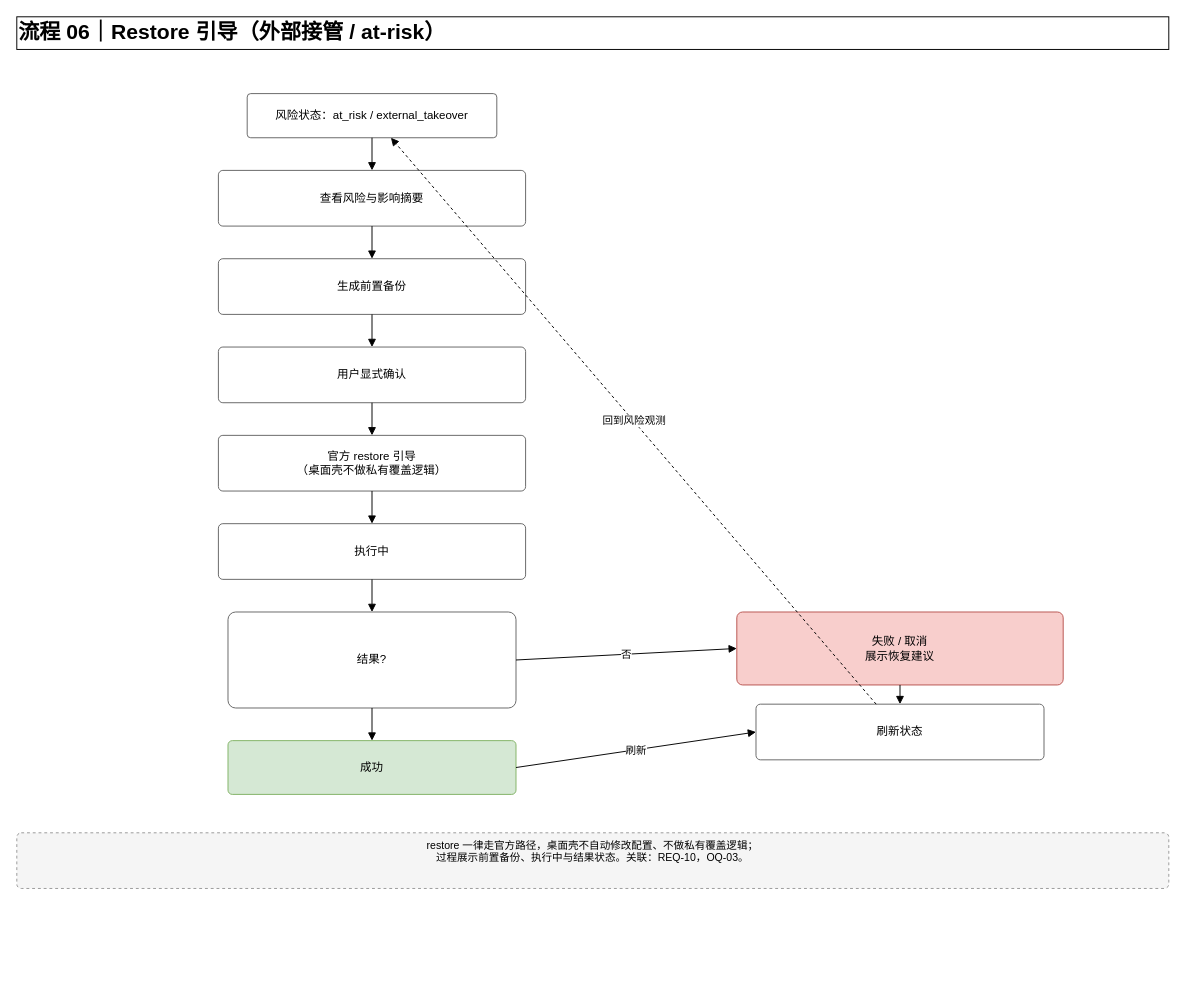
Earlier version of the draw.io diagram page "06-Restore 引导" (6 of 10) of docs/04-项目资料/03-项目协作资料/01-协作包/2026-09-12-OpenCodex桌面管理器需求协作/06-架构与流程/OpenCodex-Desktop-核心流程.drawio (gzers/opencodex-desktop). Source tidied: cells renumbered, new cells numbered last; positions are measured from the earlier drawing's top-left corner, leaving out a move shared by most shapes. Both pictures are drawn from the tidied source at 96%, with x=0, y=0 at pixel (16, 16).
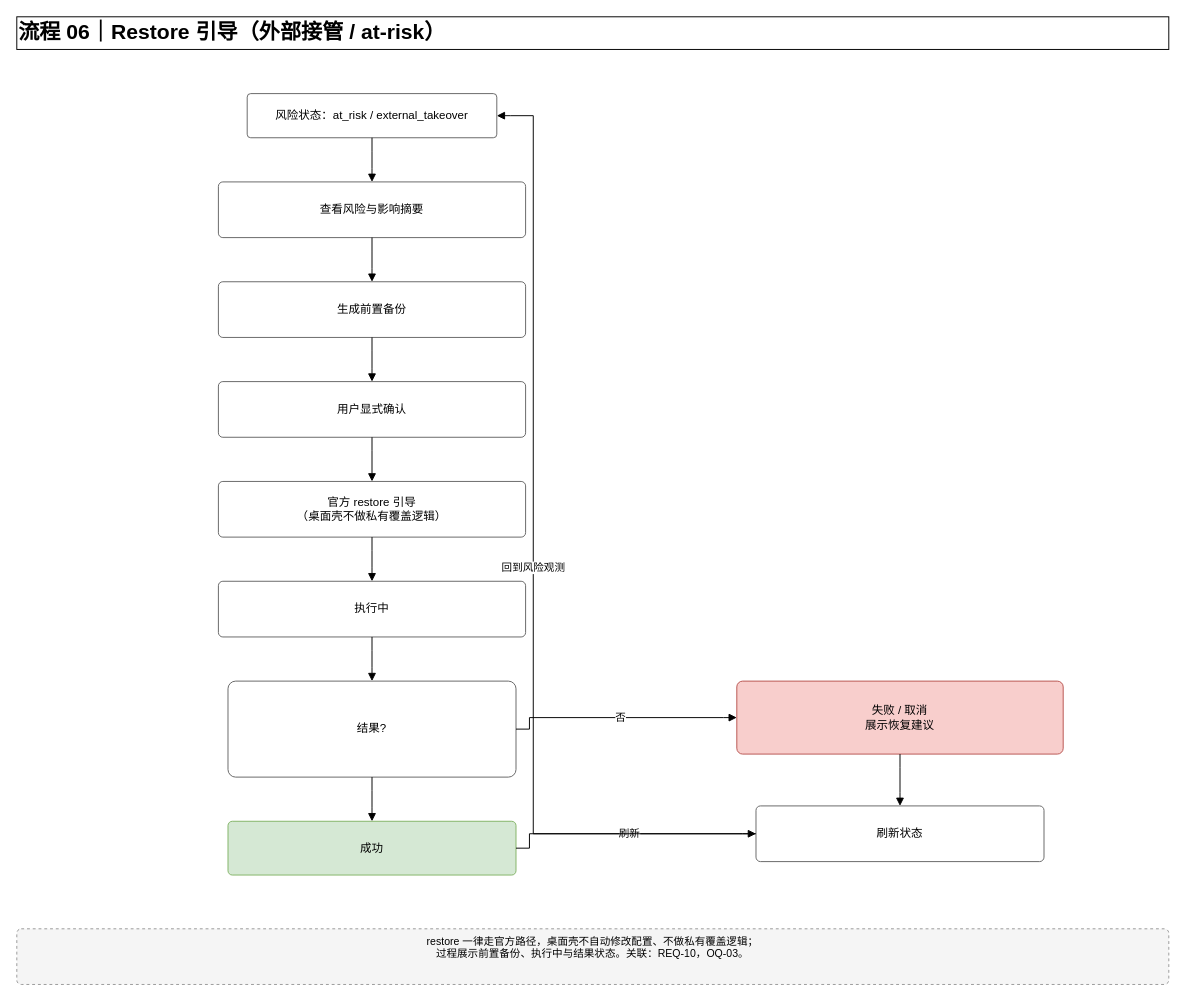
After the change.

Unchanged cells that the change refers to:
```xml
<mxCell id="3" value="风险状态：at_risk / external_takeover" style="html=1;whiteSpace=wrap;rounded=1;arcSize=8;fontSize=12;fillColor=#ffffff;strokeColor=#666666;" parent="1" vertex="1">
  <mxGeometry x="240" y="80" width="260" height="46" as="geometry" />
</mxCell>
```

What changed in the source:
```diff
@@
     <mxCell id="4" value="查看风险与影响摘要" style="html=1;whiteSpace=wrap;rounded=1;arcSize=8;fontSize=12;fillColor=#ffffff;strokeColor=#666666;" parent="1" vertex="1">
-      <mxGeometry x="210" y="160" width="320" height="58" as="geometry" />
+      <mxGeometry x="210" y="172" width="320" height="58" as="geometry" />
     </mxCell>
     <mxCell id="5" value="生成前置备份" style="html=1;whiteSpace=wrap;rounded=1;arcSize=8;fontSize=12;fillColor=#ffffff;strokeColor=#666666;" parent="1" vertex="1">
-      <mxGeometry x="210" y="252" width="320" height="58" as="geometry" />
+      <mxGeometry x="210" y="276" width="320" height="58" as="geometry" />
     </mxCell>
     <mxCell id="6" value="用户显式确认" style="html=1;whiteSpace=wrap;rounded=1;arcSize=8;fontSize=12;fillColor=#ffffff;strokeColor=#666666;" parent="1" vertex="1">
-      <mxGeometry x="210" y="344" width="320" height="58" as="geometry" />
+      <mxGeometry x="210" y="380" width="320" height="58" as="geometry" />
     </mxCell>
     <mxCell id="7" value="官方 restore 引导&lt;br&gt;（桌面壳不做私有覆盖逻辑）" style="html=1;whiteSpace=wrap;rounded=1;arcSize=8;fontSize=12;fillColor=#ffffff;strokeColor=#666666;" parent="1" vertex="1">
-      <mxGeometry x="210" y="436" width="320" height="58" as="geometry" />
+      <mxGeometry x="210" y="484" width="320" height="58" as="geometry" />
     </mxCell>
     <mxCell id="8" value="执行中" style="html=1;whiteSpace=wrap;rounded=1;arcSize=8;fontSize=12;fillColor=#ffffff;strokeColor=#666666;" parent="1" vertex="1">
-      <mxGeometry x="210" y="528" width="320" height="58" as="geometry" />
+      <mxGeometry x="210" y="588" width="320" height="58" as="geometry" />
     </mxCell>
     <mxCell id="9" value="结果?" style="html=1;whiteSpace=wrap;rounded=1;arcSize=8;fontSize=12;fillColor=#ffffff;strokeColor=#666666;" parent="1" vertex="1">
-      <mxGeometry x="220" y="620" width="300" height="100" as="geometry" />
+      <mxGeometry x="220" y="692" width="300" height="100" as="geometry" />
     </mxCell>
     <mxCell id="10" value="成功" style="html=1;whiteSpace=wrap;rounded=1;arcSize=8;fontSize=12;fillColor=#d5e8d4;strokeColor=#82b366;" parent="1" vertex="1">
-      <mxGeometry x="220" y="754" width="300" height="56" as="geometry" />
+      <mxGeometry x="220" y="838" width="300" height="56" as="geometry" />
     </mxCell>
+    <mxCell id="18" value="失败 / 取消&lt;br&gt;展示恢复建议" style="html=1;whiteSpace=wrap;rounded=1;arcSize=8;fontSize=12;fillColor=#f8cecc;strokeColor=#b85450;" parent="1" vertex="1">
+      <mxGeometry x="750" y="692" width="340" height="76" as="geometry" />
+    </mxCell>
+    <mxCell id="19" value="刷新状态" style="html=1;whiteSpace=wrap;rounded=1;arcSize=8;fontSize=12;fillColor=#ffffff;strokeColor=#666666;" parent="1" vertex="1">
+      <mxGeometry x="770" y="822" width="300" height="58" as="geometry" />
+    </mxCell>
+    <mxCell id="24" value="restore 一律走官方路径，桌面壳不自动修改配置、不做私有覆盖逻辑；&lt;br&gt;过程展示前置备份、执行中与结果状态。关联：REQ-10，OQ-03。" style="html=1;whiteSpace=wrap;rounded=1;arcSize=8;fontSize=11;fillColor=#f5f5f5;strokeColor=#999999;dashed=1;verticalAlign=top;" parent="1" vertex="1">
+      <mxGeometry y="950" width="1200" height="58" as="geometry" />
+    </mxCell>
-    <mxCell id="11" style="html=1;endArrow=block;endFill=1;rounded=1;fontSize=11;" parent="1" edge="1" source="3" target="4">
-      <mxGeometry relative="1" as="geometry" />
+    <mxCell id="11" style="edgeStyle=none;html=1;rounded=0;endArrow=block;endFill=1;fontSize=11;exitX=0.5;exitY=1;exitDx=0;exitDy=0;entryX=0.5;entryY=0;entryDx=0;entryDy=0;" parent="1" edge="1" source="3" target="4">
+      <mxGeometry relative="1" as="geometry">
+        <Array as="points">
+          <mxPoint x="370" y="140" />
+          <mxPoint x="370" y="158" />
+        </Array>
+      </mxGeometry>
     </mxCell>
-    <mxCell id="12" style="html=1;endArrow=block;endFill=1;rounded=1;fontSize=11;" parent="1" edge="1" source="4" target="5">
-      <mxGeometry relative="1" as="geometry" />
+    <mxCell id="12" style="edgeStyle=none;html=1;rounded=0;endArrow=block;endFill=1;fontSize=11;exitX=0.5;exitY=1;exitDx=0;exitDy=0;entryX=0.5;entryY=0;entryDx=0;entryDy=0;" parent="1" edge="1" source="4" target="5">
+      <mxGeometry relative="1" as="geometry">
+        <Array as="points">
+          <mxPoint x="370" y="244" />
+          <mxPoint x="370" y="262" />
+        </Array>
+      </mxGeometry>
     </mxCell>
-    <mxCell id="13" style="html=1;endArrow=block;endFill=1;rounded=1;fontSize=11;" parent="1" edge="1" source="5" target="6">
-      <mxGeometry relative="1" as="geometry" />
+    <mxCell id="13" style="edgeStyle=none;html=1;rounded=0;endArrow=block;endFill=1;fontSize=11;exitX=0.5;exitY=1;exitDx=0;exitDy=0;entryX=0.5;entryY=0;entryDx=0;entryDy=0;" parent="1" edge="1" source="5" target="6">
+      <mxGeometry relative="1" as="geometry">
+        <Array as="points">
+          <mxPoint x="370" y="348" />
+          <mxPoint x="370" y="366" />
+        </Array>
+      </mxGeometry>
     </mxCell>
-    <mxCell id="14" style="html=1;endArrow=block;endFill=1;rounded=1;fontSize=11;" parent="1" edge="1" source="6" target="7">
-      <mxGeometry relative="1" as="geometry" />
+    <mxCell id="14" style="edgeStyle=none;html=1;rounded=0;endArrow=block;endFill=1;fontSize=11;exitX=0.5;exitY=1;exitDx=0;exitDy=0;entryX=0.5;entryY=0;entryDx=0;entryDy=0;" parent="1" edge="1" source="6" target="7">
+      <mxGeometry relative="1" as="geometry">
+        <Array as="points">
+          <mxPoint x="370" y="452" />
+          <mxPoint x="370" y="470" />
+        </Array>
+      </mxGeometry>
     </mxCell>
-    <mxCell id="15" style="html=1;endArrow=block;endFill=1;rounded=1;fontSize=11;" parent="1" edge="1" source="7" target="8">
-      <mxGeometry relative="1" as="geometry" />
+    <mxCell id="15" style="edgeStyle=none;html=1;rounded=0;endArrow=block;endFill=1;fontSize=11;exitX=0.5;exitY=1;exitDx=0;exitDy=0;entryX=0.5;entryY=0;entryDx=0;entryDy=0;" parent="1" edge="1" source="7" target="8">
+      <mxGeometry relative="1" as="geometry">
+        <Array as="points">
+          <mxPoint x="370" y="556" />
+          <mxPoint x="370" y="574" />
+        </Array>
+      </mxGeometry>
     </mxCell>
-    <mxCell id="16" style="html=1;endArrow=block;endFill=1;rounded=1;fontSize=11;" parent="1" edge="1" source="8" target="9">
-      <mxGeometry relative="1" as="geometry" />
+    <mxCell id="16" style="edgeStyle=none;html=1;rounded=0;endArrow=block;endFill=1;fontSize=11;exitX=0.5;exitY=1;exitDx=0;exitDy=0;entryX=0.5;entryY=0;entryDx=0;entryDy=0;" parent="1" edge="1" source="8" target="9">
+      <mxGeometry relative="1" as="geometry">
+        <Array as="points">
+          <mxPoint x="370" y="660" />
+          <mxPoint x="370" y="678" />
+        </Array>
+      </mxGeometry>
     </mxCell>
-    <mxCell id="17" style="html=1;endArrow=block;endFill=1;rounded=1;fontSize=11;" parent="1" edge="1" source="9" target="10">
-      <mxGeometry relative="1" as="geometry" />
+    <mxCell id="17" style="edgeStyle=none;html=1;rounded=0;endArrow=block;endFill=1;fontSize=11;exitX=0.5;exitY=1;exitDx=0;exitDy=0;entryX=0.5;entryY=0;entryDx=0;entryDy=0;" parent="1" edge="1" source="9" target="10">
+      <mxGeometry relative="1" as="geometry">
+        <Array as="points">
+          <mxPoint x="370" y="806" />
+          <mxPoint x="370" y="824" />
+        </Array>
+      </mxGeometry>
     </mxCell>
-    <mxCell id="18" value="失败 / 取消&lt;br&gt;展示恢复建议" style="html=1;whiteSpace=wrap;rounded=1;arcSize=8;fontSize=12;fillColor=#f8cecc;strokeColor=#b85450;" parent="1" vertex="1">
-      <mxGeometry x="750" y="620" width="340" height="76" as="geometry" />
-    </mxCell>
-    <mxCell id="19" value="刷新状态" style="html=1;whiteSpace=wrap;rounded=1;arcSize=8;fontSize=12;fillColor=#ffffff;strokeColor=#666666;" parent="1" vertex="1">
-      <mxGeometry x="770" y="716" width="300" height="58" as="geometry" />
-    </mxCell>
-    <mxCell id="20" value="否" style="html=1;endArrow=block;endFill=1;rounded=1;fontSize=11;exitX=1;exitY=0.5;exitDx=0;exitDy=0;entryX=0;entryY=0.5;entryDx=0;entryDy=0;" parent="1" edge="1" source="9" target="18">
-      <mxGeometry relative="1" as="geometry" />
+    <mxCell id="20" value="否" style="edgeStyle=none;html=1;rounded=0;endArrow=block;endFill=1;fontSize=11;exitX=1;exitY=0.5;exitDx=0;exitDy=0;entryX=0;entryY=0.5;entryDx=0;entryDy=0;" parent="1" edge="1" source="9" target="18">
+      <mxGeometry relative="1" as="geometry">
+        <Array as="points">
+          <mxPoint x="534" y="742" />
+          <mxPoint x="534" y="730" />
+          <mxPoint x="736" y="730" />
+        </Array>
+      </mxGeometry>
     </mxCell>
-    <mxCell id="21" value="刷新" style="html=1;endArrow=block;endFill=1;rounded=1;fontSize=11;exitX=1;exitY=0.5;exitDx=0;exitDy=0;entryX=0;entryY=0.5;entryDx=0;entryDy=0;" parent="1" edge="1" source="10" target="19">
-      <mxGeometry relative="1" as="geometry" />
+    <mxCell id="21" value="刷新" style="edgeStyle=none;html=1;rounded=0;endArrow=block;endFill=1;fontSize=11;exitX=1;exitY=0.5;exitDx=0;exitDy=0;entryX=0;entryY=0.5;entryDx=0;entryDy=0;" parent="1" edge="1" source="10" target="19">
+      <mxGeometry relative="1" as="geometry">
+        <Array as="points">
+          <mxPoint x="534" y="866" />
+          <mxPoint x="534" y="851" />
+          <mxPoint x="756" y="851" />
+        </Array>
+      </mxGeometry>
     </mxCell>
-    <mxCell id="22" style="html=1;endArrow=block;endFill=1;rounded=1;fontSize=11;" parent="1" edge="1" source="18" target="19">
-      <mxGeometry relative="1" as="geometry" />
+    <mxCell id="22" style="edgeStyle=none;html=1;rounded=0;endArrow=block;endFill=1;fontSize=11;exitX=0.5;exitY=1;exitDx=0;exitDy=0;entryX=0.5;entryY=0;entryDx=0;entryDy=0;" parent="1" edge="1" source="18" target="19">
+      <mxGeometry relative="1" as="geometry">
+        <Array as="points">
+          <mxPoint x="920" y="782" />
+          <mxPoint x="920" y="808" />
+        </Array>
+      </mxGeometry>
     </mxCell>
-    <mxCell id="23" value="回到风险观测" style="html=1;endArrow=block;endFill=1;rounded=1;fontSize=11;dashed=1;" parent="1" edge="1" source="19" target="3">
-      <mxGeometry relative="1" as="geometry" />
+    <mxCell id="23" value="回到风险观测" style="edgeStyle=none;html=1;rounded=0;endArrow=block;endFill=1;fontSize=11;exitX=0;exitY=0.5;exitDx=0;exitDy=0;entryX=1;entryY=0.5;entryDx=0;entryDy=0;" parent="1" edge="1" source="19" target="3">
+      <mxGeometry relative="1" as="geometry">
+        <Array as="points">
+          <mxPoint x="756" y="851" />
+          <mxPoint x="538" y="851" />
+          <mxPoint x="538" y="103" />
+          <mxPoint x="514" y="103" />
+        </Array>
+      </mxGeometry>
     </mxCell>
-    <mxCell id="24" value="restore 一律走官方路径，桌面壳不自动修改配置、不做私有覆盖逻辑；&lt;br&gt;过程展示前置备份、执行中与结果状态。关联：REQ-10，OQ-03。" style="html=1;whiteSpace=wrap;rounded=1;arcSize=8;fontSize=11;fillColor=#f5f5f5;strokeColor=#999999;dashed=1;verticalAlign=top;" parent="1" vertex="1">
-      <mxGeometry y="850" width="1200" height="58" as="geometry" />
-    </mxCell>
```
